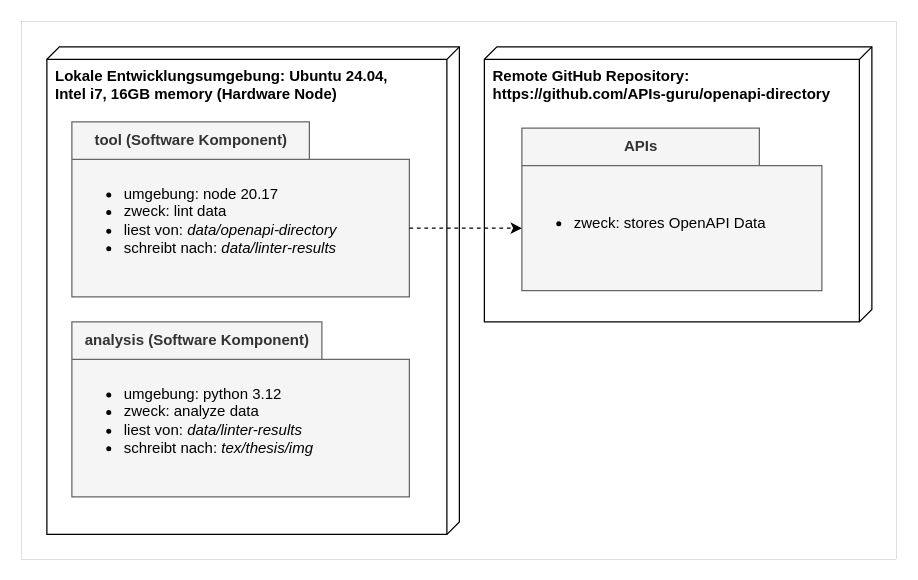
The draw.io diagram requirements/diagram/deploymentview.drawio in paulbrenker/thesis, before the edit. Source tidied: cells renumbered, new cells numbered last; positions are measured from the earlier drawing's top-left corner, leaving out a move shared by most shapes. Both pictures are drawn from the tidied source at 125%, with x=0, y=0 at pixel (21, 21).
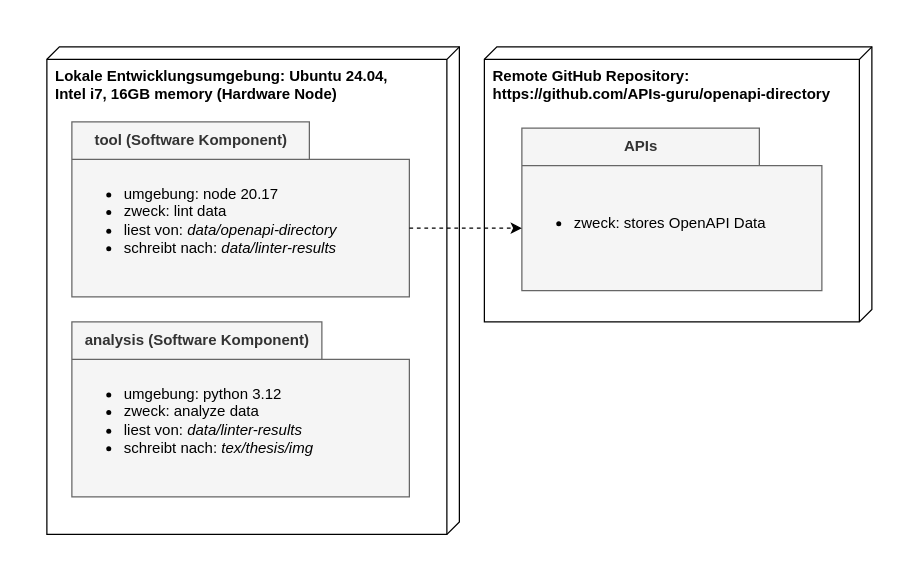
The same diagram, later.

The edit, as a diff of the source:
```diff
@@
 <mxGraphModel>
   <root>
     <mxCell id="0" />
     <mxCell id="1" parent="0" />
-    <mxCell id="2" style="rounded=0;whiteSpace=wrap;html=1;strokeWidth=0;" parent="1" vertex="1">
+    <mxCell id="2" style="rounded=0;whiteSpace=wrap;html=1;strokeWidth=0;strokeColor=none;" parent="1" vertex="1">
       <mxGeometry width="700" height="430" as="geometry" />
     </mxCell>
     <mxCell id="3" value="&lt;b&gt;Lokale Entwicklungsumgebung: Ubuntu 24.04,&amp;nbsp;&lt;br&gt;Intel i7, 16GB memory (Hardware Node)&lt;/b&gt;" style="verticalAlign=top;align=left;shape=cube;size=10;direction=south;fontStyle=0;html=1;boundedLbl=1;spacingLeft=5;" parent="1" vertex="1">
       <mxGeometry x="20" y="20" width="330" height="390" as="geometry" />
     </mxCell>
     <mxCell id="4" value="tool (Software Komponent)" style="shape=folder;fontStyle=1;tabWidth=190;tabHeight=30;tabPosition=left;html=1;boundedLbl=1;labelInHeader=1;fillColor=#f5f5f5;fontColor=#333333;strokeColor=#666666;" parent="1" vertex="1">
       <mxGeometry x="40" y="80" width="270" height="140" as="geometry" />
     </mxCell>
     <mxCell id="5" value="&lt;ul&gt;&lt;li&gt;umgebung: node 20.17&lt;/li&gt;&lt;li&gt;zweck: lint data&lt;i&gt;&lt;br&gt;&lt;/i&gt;&lt;/li&gt;&lt;li&gt;liest von:&amp;nbsp;&lt;i&gt;data/openapi-directory&lt;/i&gt;&lt;/li&gt;&lt;li&gt;schreibt nach:&amp;nbsp;&lt;i&gt;data/linter-results&lt;/i&gt;&lt;/li&gt;&lt;/ul&gt;" style="html=1;strokeColor=none;fillColor=none;align=left;" parent="4" vertex="1">
       <mxGeometry width="270" height="98" relative="1" as="geometry">
         <mxPoint y="30" as="offset" />
       </mxGeometry>
     </mxCell>
     <mxCell id="6" value="analysis (Software Komponent)" style="shape=folder;fontStyle=1;tabWidth=200;tabHeight=30;tabPosition=left;html=1;boundedLbl=1;labelInHeader=1;fillColor=#f5f5f5;fontColor=#333333;strokeColor=#666666;" parent="1" vertex="1">
       <mxGeometry x="40" y="240" width="270" height="140" as="geometry" />
     </mxCell>
     <mxCell id="7" value="&lt;ul&gt;&lt;li&gt;umgebung: python 3.12&lt;/li&gt;&lt;li&gt;zweck: analyze data&lt;/li&gt;&lt;li&gt;liest von: &lt;i&gt;data/linter-results&lt;/i&gt;&lt;/li&gt;&lt;li&gt;schreibt nach: &lt;i&gt;tex/thesis/img&lt;/i&gt;&lt;/li&gt;&lt;/ul&gt;" style="html=1;strokeColor=none;fillColor=none;align=left;" parent="6" vertex="1">
       <mxGeometry width="270" height="98" relative="1" as="geometry">
         <mxPoint y="30" as="offset" />
       </mxGeometry>
     </mxCell>
     <mxCell id="8" value="&lt;b&gt;Remote GitHub Repository:&amp;nbsp;&lt;br&gt;https://github.com/APIs-guru/openapi-directory&lt;/b&gt;" style="verticalAlign=top;align=left;shape=cube;size=10;direction=south;fontStyle=0;html=1;boundedLbl=1;spacingLeft=5;" parent="1" vertex="1">
       <mxGeometry x="370" y="20" width="310" height="220" as="geometry" />
     </mxCell>
     <mxCell id="9" value="APIs" style="shape=folder;fontStyle=1;tabWidth=190;tabHeight=30;tabPosition=left;html=1;boundedLbl=1;labelInHeader=1;fillColor=#f5f5f5;fontColor=#333333;strokeColor=#666666;" parent="1" vertex="1">
       <mxGeometry x="400" y="85" width="240" height="130" as="geometry" />
     </mxCell>
     <mxCell id="10" value="&lt;ul&gt;&lt;li&gt;&lt;span style=&quot;background-color: initial;&quot;&gt;zweck: stores OpenAPI Data&lt;/span&gt;&lt;/li&gt;&lt;/ul&gt;" style="html=1;strokeColor=none;fillColor=none;align=left;" parent="9" vertex="1">
       <mxGeometry width="240" height="91" relative="1" as="geometry">
         <mxPoint y="30" as="offset" />
       </mxGeometry>
     </mxCell>
     <mxCell id="11" style="endArrow=classic;html=1;exitX=0;exitY=0;exitDx=270;exitDy=85;exitPerimeter=0;entryX=0;entryY=0;entryDx=0;entryDy=80;entryPerimeter=0;dashed=1;" parent="1" edge="1" source="4" target="9">
       <mxGeometry relative="1" as="geometry" />
     </mxCell>
   </root>
 </mxGraphModel>
```
